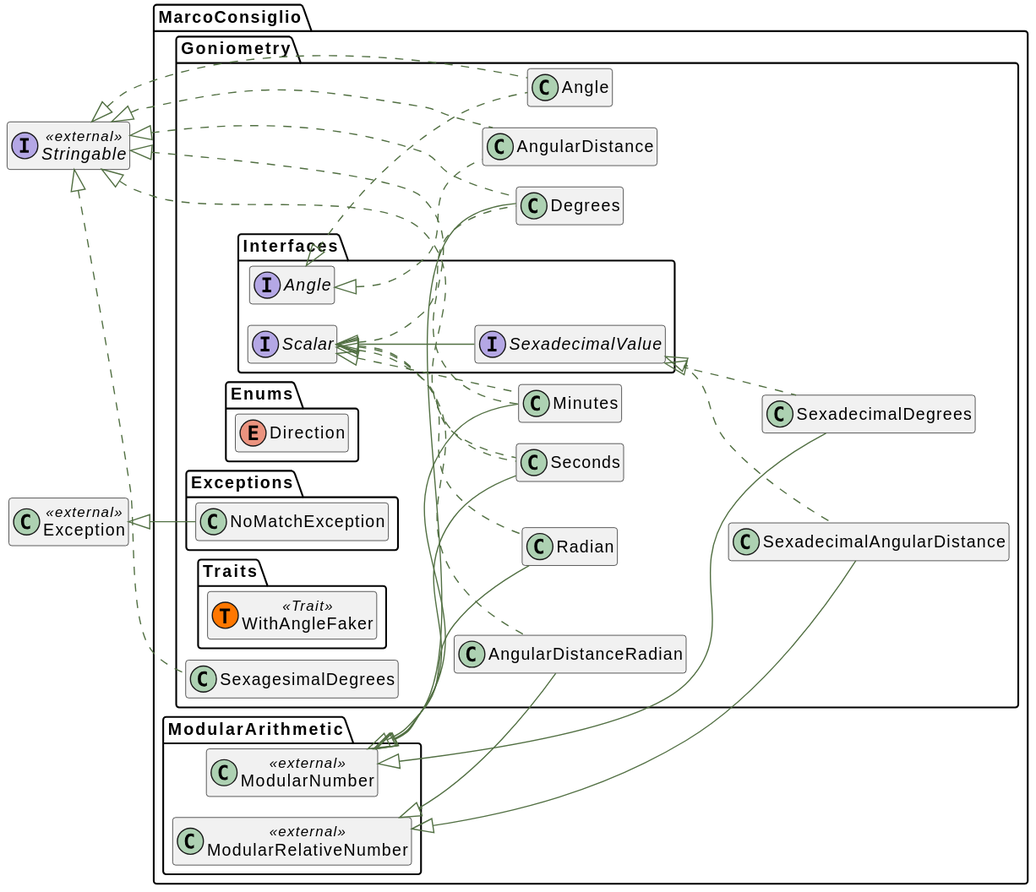
Above: docs/html/graphs/classes.svg in MarcoConsiglio/goniometry (PlantUML), before the change.
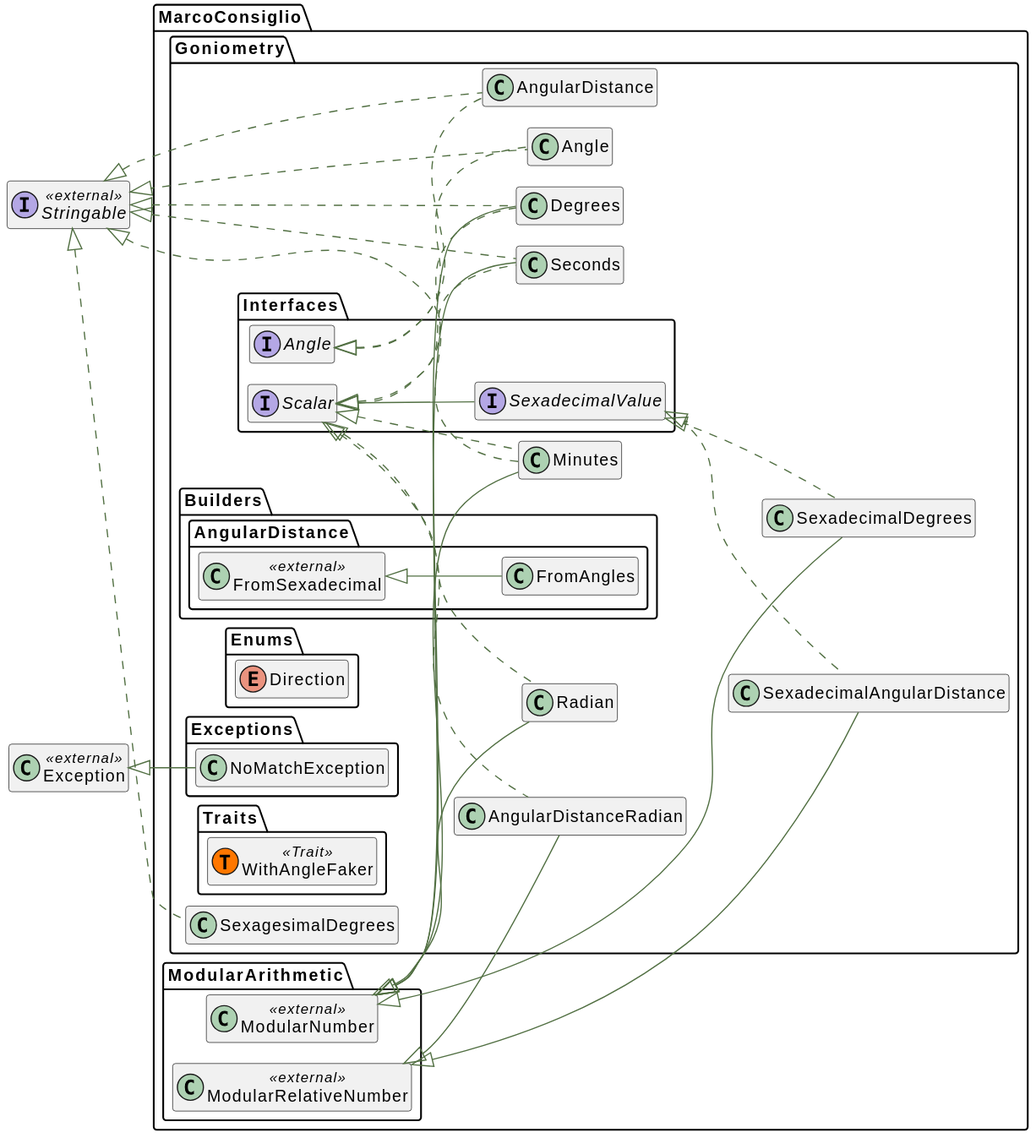
After the commit.

The edit, as a diff of the source:
```diff
@@ -75,6 +75,14 @@
      class "SexagesimalDegrees" as SexagesimalDegrees__class    implements \\Stringable__class {
     }
 }
+namespace MarcoConsiglio\\Goniometry\\Builders\\AngularDistance {
+    class "FromSexadecimal" as FromSexadecimal__class << external >>{
+    }
+}
+namespace MarcoConsiglio\\Goniometry\\Builders\\AngularDistance {
+     class "FromAngles" as FromAngles__class   extends \\MarcoConsiglio\\Goniometry\\Builders\\AngularDistance\\FromSexadecimal__class  {
+    }
+}
 namespace MarcoConsiglio\\Goniometry\\Enums {
     enum "Direction" as Direction__enum {
     }
```
